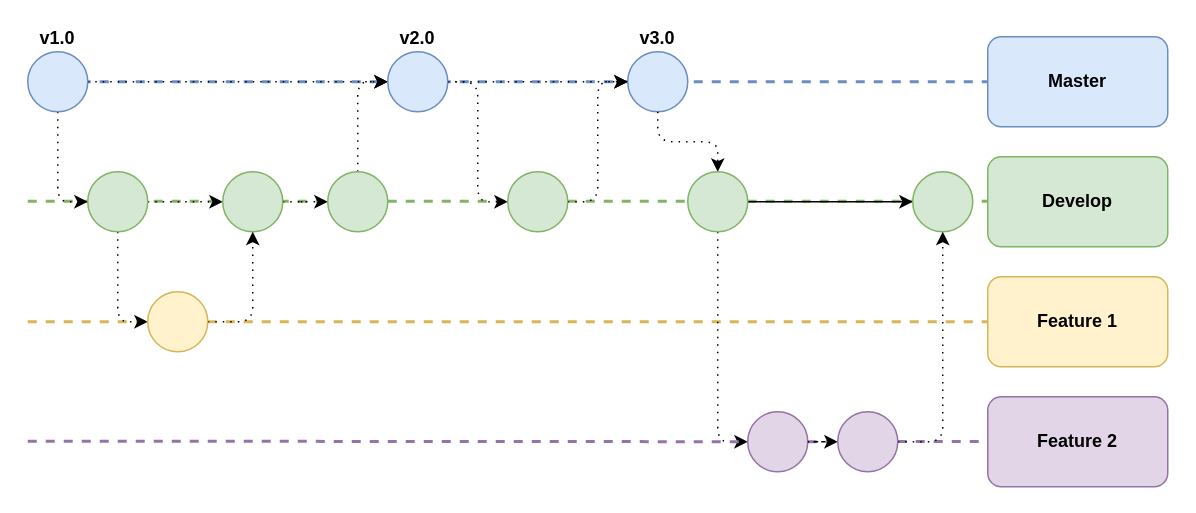
This is diagrams/title-slide-background.drawio from thomas-rasmussen/introduction-to-git, a draw.io file, before an edit. Source tidied: cells renumbered, new cells numbered last; positions are measured from the earlier drawing's top-left corner, leaving out a move shared by most shapes. Both pictures are drawn from the tidied source at 150%, with x=0, y=0 at pixel (27, 36).
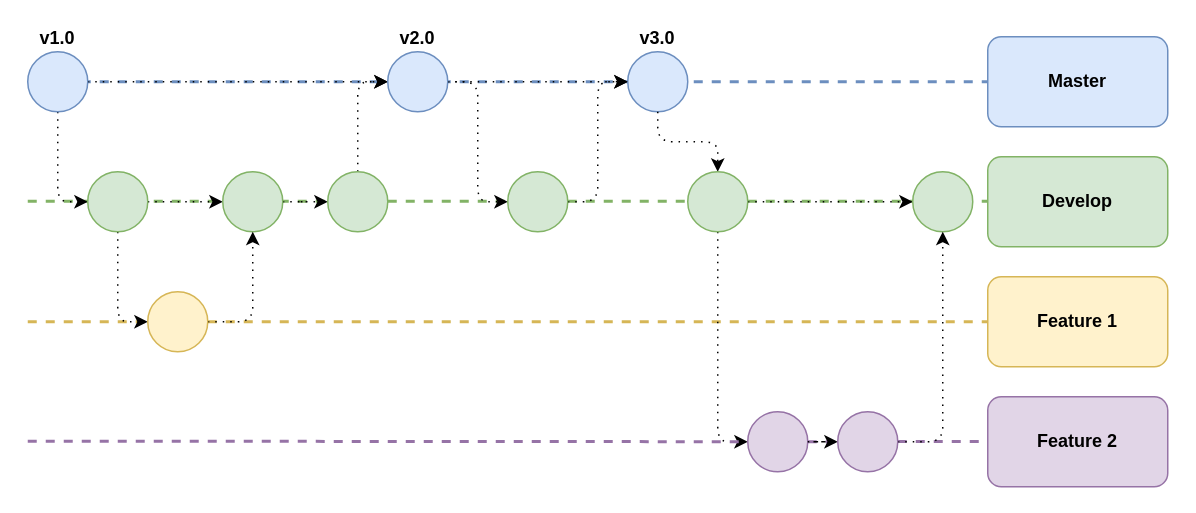
Above is the later version.

The change refers to these unchanged cells:
```xml
<mxCell id="14" style="ellipse;whiteSpace=wrap;html=1;fillColor=#d5e8d4;strokeColor=#82b366;verticalAlign=bottom;horizontal=1;labelPosition=center;verticalLabelPosition=top;align=center;fontStyle=1;" parent="1" vertex="1">
  <mxGeometry x="440" y="90" width="40" height="40" as="geometry" />
</mxCell>
<mxCell id="16" style="ellipse;whiteSpace=wrap;html=1;fillColor=#d5e8d4;strokeColor=#82b366;verticalAlign=bottom;horizontal=1;labelPosition=center;verticalLabelPosition=top;align=center;fontStyle=1;" parent="1" vertex="1">
  <mxGeometry x="590" y="90" width="40" height="40" as="geometry" />
</mxCell>
```

Diff of the diagram source:
```diff
@@
-    <mxCell id="12" style="edgeStyle=orthogonalEdgeStyle;rounded=0;jettySize=auto;html=1;" parent="1" edge="1" source="14" target="16">
+    <mxCell id="12" style="edgeStyle=orthogonalEdgeStyle;rounded=1;jettySize=auto;html=1;curved=0;dashed=1;dashPattern=1 4;" parent="1" edge="1" source="14" target="16">
       <mxGeometry relative="1" as="geometry" />
     </mxCell>
```
